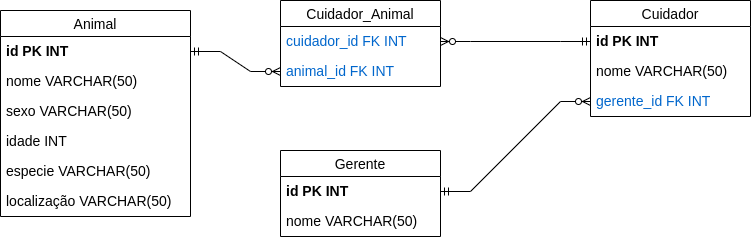
FabioMazuchi/Trybe-exercicios keeps this draw.io diagram as desenvolvimento-back-end/bloco-21-funcoes-sql-joins-e-normalizacao/dia-3-transformando-ideias-em-um-modelo-de-banco-de-dados/Zoologico.drawio.png. Above is the earlier version. Source tidied: cells renumbered, new cells last; positions are measured from the earlier drawing's top-left corner, leaving out a move shared by most shapes.
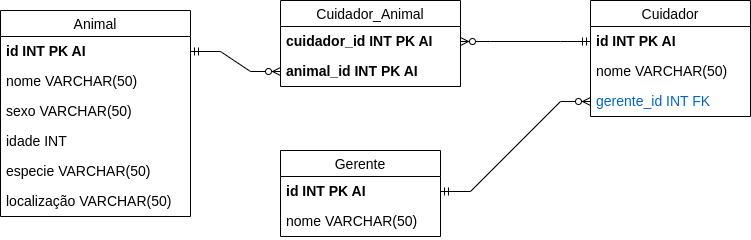
The same diagram one commit later.

Change to the diagram source:
```diff
@@ -5,19 +5,19 @@
     <mxCell id="2" value="Cuidador" style="swimlane;fontStyle=0;horizontal=1;startSize=26;align=center;fontSize=14;" parent="1" vertex="1">
       <mxGeometry x="590" width="160" height="116" as="geometry" />
     </mxCell>
-    <mxCell id="3" value="id PK INT" style="text;strokeColor=none;fillColor=none;spacingLeft=4;spacingRight=4;overflow=hidden;points=[[0,0.5],[1,0.5]];portConstraint=eastwest;fontSize=14;fontStyle=1;" parent="2" vertex="1">
+    <mxCell id="3" value="id INT PK AI" style="text;strokeColor=none;fillColor=none;spacingLeft=4;spacingRight=4;overflow=hidden;points=[[0,0.5],[1,0.5]];portConstraint=eastwest;fontSize=14;fontStyle=1;" parent="2" vertex="1">
       <mxGeometry y="26" width="160" height="30" as="geometry" />
     </mxCell>
     <mxCell id="4" value="nome VARCHAR(50)" style="text;strokeColor=none;fillColor=none;spacingLeft=4;spacingRight=4;overflow=hidden;fontSize=14;fontColor=#000000;" parent="2" vertex="1">
       <mxGeometry y="56" width="160" height="30" as="geometry" />
     </mxCell>
-    <mxCell id="5" value="gerente_id FK INT" style="text;strokeColor=none;fillColor=none;spacingLeft=4;spacingRight=4;overflow=hidden;points=[[0,0.5],[1,0.5]];portConstraint=eastwest;fontSize=14;fontColor=#0066CC;" parent="2" vertex="1">
+    <mxCell id="5" value="gerente_id INT FK" style="text;strokeColor=none;fillColor=none;spacingLeft=4;spacingRight=4;overflow=hidden;points=[[0,0.5],[1,0.5]];portConstraint=eastwest;fontSize=14;fontColor=#0066CC;" parent="2" vertex="1">
       <mxGeometry y="86" width="160" height="30" as="geometry" />
     </mxCell>
     <mxCell id="6" value="Animal" style="swimlane;fontStyle=0;horizontal=1;startSize=26;align=center;fontSize=14;" parent="1" vertex="1">
       <mxGeometry y="10" width="190" height="206" as="geometry" />
     </mxCell>
-    <mxCell id="7" value="id PK INT" style="text;strokeColor=none;fillColor=none;spacingLeft=4;spacingRight=4;overflow=hidden;points=[[0,0.5],[1,0.5]];portConstraint=eastwest;fontSize=14;fontStyle=1;" parent="6" vertex="1">
+    <mxCell id="7" value="id INT PK AI" style="text;strokeColor=none;fillColor=none;spacingLeft=4;spacingRight=4;overflow=hidden;points=[[0,0.5],[1,0.5]];portConstraint=eastwest;fontSize=14;fontStyle=1;" parent="6" vertex="1">
       <mxGeometry y="26" width="190" height="30" as="geometry" />
     </mxCell>
     <mxCell id="8" value="nome VARCHAR(50)" style="text;strokeColor=none;fillColor=none;spacingLeft=4;spacingRight=4;overflow=hidden;fontSize=14;" parent="6" vertex="1">
@@ -38,20 +38,20 @@
     <mxCell id="13" value="Gerente" style="swimlane;fontStyle=0;horizontal=1;startSize=26;align=center;fontSize=14;" parent="1" vertex="1">
       <mxGeometry x="280" y="150" width="160" height="86" as="geometry" />
     </mxCell>
-    <mxCell id="14" value="id PK INT" style="text;strokeColor=none;fillColor=none;spacingLeft=4;spacingRight=4;overflow=hidden;points=[[0,0.5],[1,0.5]];portConstraint=eastwest;fontSize=14;fontStyle=1;" parent="13" vertex="1">
+    <mxCell id="14" value="id INT PK AI" style="text;strokeColor=none;fillColor=none;spacingLeft=4;spacingRight=4;overflow=hidden;points=[[0,0.5],[1,0.5]];portConstraint=eastwest;fontSize=14;fontStyle=1;" parent="13" vertex="1">
       <mxGeometry y="26" width="160" height="30" as="geometry" />
     </mxCell>
     <mxCell id="15" value="nome VARCHAR(50)" style="text;strokeColor=none;fillColor=none;spacingLeft=4;spacingRight=4;overflow=hidden;fontSize=14;fontStyle=0;" parent="13" vertex="1">
       <mxGeometry y="56" width="160" height="30" as="geometry" />
     </mxCell>
     <mxCell id="16" value="Cuidador_Animal" style="swimlane;fontStyle=0;horizontal=1;startSize=26;align=center;fontSize=14;" parent="1" vertex="1">
-      <mxGeometry x="280" width="160" height="86" as="geometry" />
+      <mxGeometry x="280" width="180" height="86" as="geometry" />
     </mxCell>
-    <mxCell id="17" value="cuidador_id FK INT" style="text;strokeColor=none;fillColor=none;spacingLeft=4;spacingRight=4;overflow=hidden;points=[[0,0.5],[1,0.5]];portConstraint=eastwest;fontSize=14;fontStyle=0;fontColor=#0066CC;" parent="16" vertex="1">
-      <mxGeometry y="26" width="160" height="30" as="geometry" />
+    <mxCell id="17" value="cuidador_id INT PK AI" style="text;strokeColor=none;fillColor=none;spacingLeft=4;spacingRight=4;overflow=hidden;points=[[0,0.5],[1,0.5]];portConstraint=eastwest;fontSize=14;fontStyle=1;fontColor=#000000;" parent="16" vertex="1">
+      <mxGeometry y="26" width="180" height="30" as="geometry" />
     </mxCell>
-    <mxCell id="18" value="animal_id FK INT" style="text;strokeColor=none;fillColor=none;spacingLeft=4;spacingRight=4;overflow=hidden;points=[[0,0.5],[1,0.5]];portConstraint=eastwest;fontSize=14;fontColor=#0066CC;fontStyle=0;" parent="16" vertex="1">
-      <mxGeometry y="56" width="160" height="30" as="geometry" />
+    <mxCell id="18" value="animal_id INT PK AI" style="text;strokeColor=none;fillColor=none;spacingLeft=4;spacingRight=4;overflow=hidden;points=[[0,0.5],[1,0.5]];portConstraint=eastwest;fontSize=14;fontColor=#000000;fontStyle=1;" parent="16" vertex="1">
+      <mxGeometry y="56" width="180" height="30" as="geometry" />
     </mxCell>
     <mxCell id="19" style="edgeStyle=entityRelationEdgeStyle;fontSize=14;html=1;endArrow=ERzeroToMany;startArrow=ERmandOne;rounded=0;fontColor=#000000;exitX=1;exitY=0.5;exitDx=0;exitDy=0;entryX=0;entryY=0.5;entryDx=0;entryDy=0;" parent="1" edge="1" source="7" target="18">
       <mxGeometry relative="1" as="geometry" />
```
